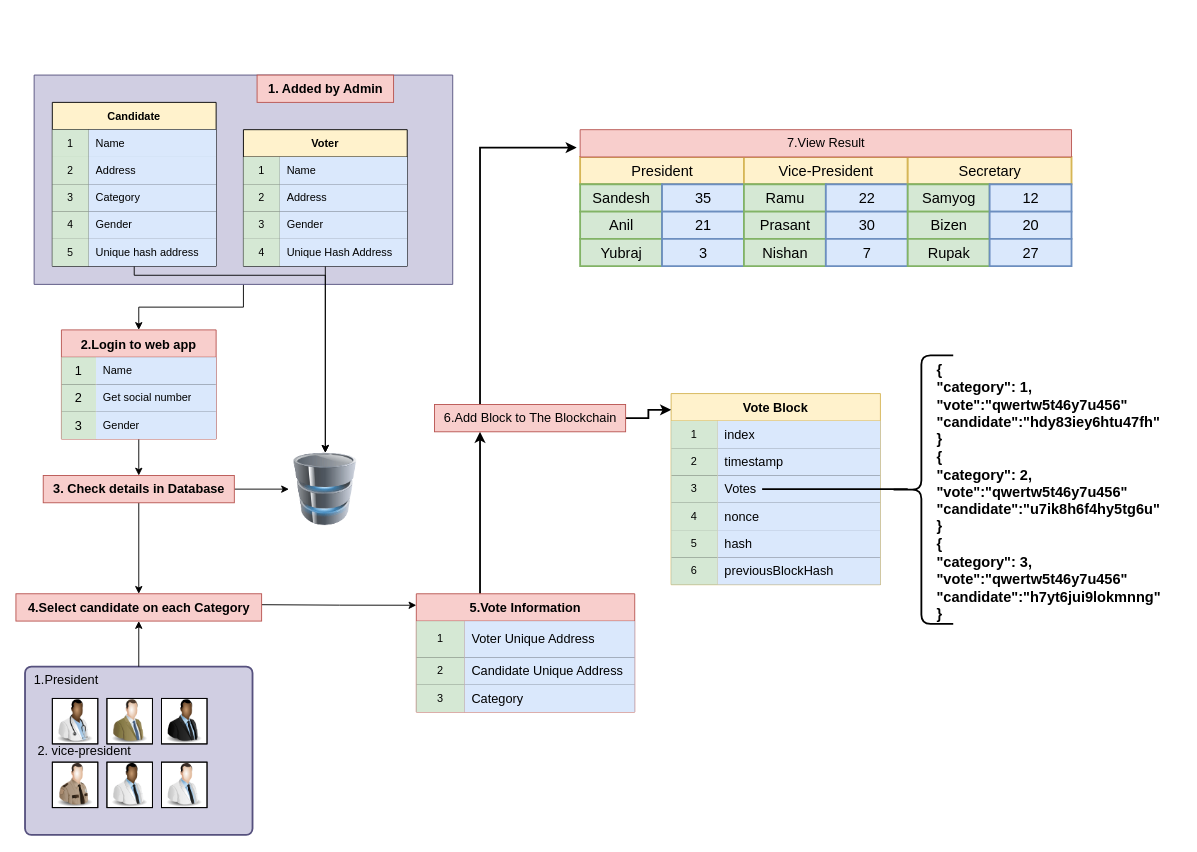
Above: page "Full process" (3 of 4) of Untitled Diagram.drawio in sande5h/blockchain (draw.io), before the change. Source tidied: cells renumbered, new cells numbered last; positions are measured from the earlier drawing's top-left corner, leaving out a move shared by most shapes. Both pictures are drawn from the tidied source at 91%, with x=0, y=0 at pixel (15, 75).
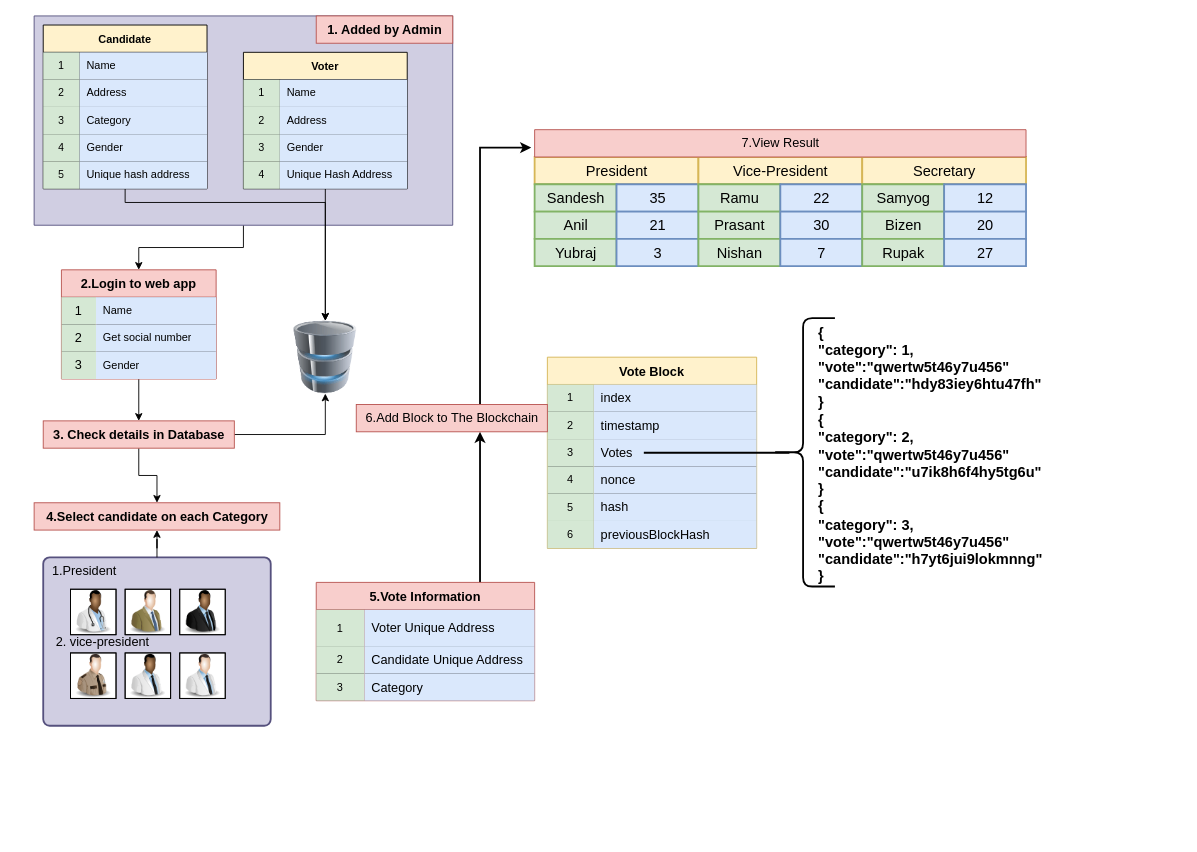
The same diagram, later.

The edit, as a diff of the source:
```diff
@@
     <mxCell id="3" style="verticalLabelPosition=bottom;verticalAlign=top;html=1;shape=mxgraph.basic.rect;fillColor2=none;strokeWidth=1;size=20;indent=5;shadow=0;strokeColor=#56517e;fontSize=14;fillColor=#d0cee2;" parent="1" vertex="1">
-      <mxGeometry x="20" width="460" height="230" as="geometry" />
+      <mxGeometry x="20" y="-65" width="460" height="230" as="geometry" />
     </mxCell>
     <mxCell id="4" style="edgeStyle=orthogonalEdgeStyle;rounded=0;jettySize=auto;html=1;entryX=0.5;entryY=0;entryDx=0;entryDy=0;fontSize=14;" parent="1" edge="1" source="5" target="50">
       <mxGeometry relative="1" as="geometry">
         <Array as="points">
-          <mxPoint x="130" y="220" />
-          <mxPoint x="340" y="220" />
+          <mxPoint x="340" y="140" />
         </Array>
       </mxGeometry>
     </mxCell>
     <mxCell id="5" value="Candidate" style="shape=table;startSize=30;childLayout=tableLayout;rowLines=0;fontStyle=1;fillColor=#fff2cc;strokeColor=#000000;swimlaneFillColor=#000000;" parent="1" vertex="1">
-      <mxGeometry x="40" y="30" width="180" height="180" as="geometry" />
+      <mxGeometry x="30" y="-55" width="180" height="180" as="geometry" />
     </mxCell>
@@
     <mxCell id="22" value="Voter" style="shape=table;startSize=30;childLayout=tableLayout;rowLines=0;fontStyle=1;shadow=0;strokeColor=#000000;fillColor=#fff2cc;swimlaneFillColor=#000000;" parent="1" vertex="1">
-      <mxGeometry x="250" y="60" width="180" height="150" as="geometry" />
+      <mxGeometry x="250" y="-25" width="180" height="150" as="geometry" />
     </mxCell>
@@
     <mxCell id="36" value="2.Login to web app" style="shape=table;startSize=30;childLayout=tableLayout;rowLines=0;fontStyle=1;shadow=0;strokeColor=#b85450;strokeWidth=1;fontSize=14;fillColor=#f8cecc;swimlaneFillColor=#030303;" parent="1" vertex="1">
-      <mxGeometry x="50" y="280" width="170" height="120" as="geometry" />
+      <mxGeometry x="50" y="214" width="170" height="120" as="geometry" />
     </mxCell>
@@
     <mxCell id="46" value="&lt;b&gt;1. Added by Admin&lt;/b&gt;" style="text;html=1;align=center;verticalAlign=middle;strokeColor=#b85450;fillColor=#f8cecc;fontSize=14;" parent="1" vertex="1">
-      <mxGeometry x="265" width="150" height="30" as="geometry" />
+      <mxGeometry x="330" y="-65" width="150" height="30" as="geometry" />
     </mxCell>
@@
     <mxCell id="49" value="&lt;b&gt;3. Check details in Database&lt;/b&gt;" style="text;html=1;align=center;verticalAlign=middle;points=[];strokeColor=#b85450;fillColor=#f8cecc;fontSize=14;" parent="1" vertex="1">
-      <mxGeometry x="30" y="440" width="210" height="30" as="geometry" />
+      <mxGeometry x="30" y="380" width="210" height="30" as="geometry" />
     </mxCell>
     <mxCell id="50" style="image;html=1;image=img/lib/clip_art/computers/Database_128x128.png;shadow=0;strokeColor=#18191b;strokeWidth=1;fontSize=14;fillColor=default;gradientColor=none;" parent="1" vertex="1">
-      <mxGeometry x="300" y="415" width="80" height="80" as="geometry" />
+      <mxGeometry x="300" y="270" width="80" height="80" as="geometry" />
     </mxCell>
-    <mxCell id="51" style="edgeStyle=orthogonalEdgeStyle;rounded=0;jettySize=auto;html=1;entryX=0;entryY=0.097;entryDx=0;entryDy=0;entryPerimeter=0;fontSize=14;" parent="1" edge="1" target="65">
-      <mxGeometry relative="1" as="geometry">
-        <mxPoint x="270" y="582" as="sourcePoint" />
-      </mxGeometry>
-    </mxCell>
     <mxCell id="52" value="&lt;b&gt;4.Select candidate on each Category&lt;br&gt;&lt;/b&gt;" style="text;html=1;align=center;verticalAlign=middle;points=[];strokeColor=#b85450;fillColor=#f8cecc;fontSize=14;" parent="1" vertex="1">
-      <mxGeometry y="570" width="270" height="30" as="geometry" />
+      <mxGeometry x="20" y="470" width="270" height="30" as="geometry" />
     </mxCell>
     <mxCell id="53" style="group;" parent="1" vertex="1">
-      <mxGeometry x="10" y="650" width="250" height="185" as="geometry" />
+      <mxGeometry x="30" y="530" width="250" height="185" as="geometry" />
     </mxCell>
@@
     <mxCell id="65" value="5.Vote Information" style="shape=table;startSize=30;childLayout=tableLayout;rowLines=0;fontStyle=1;shadow=0;strokeColor=#b85450;strokeWidth=1;fontSize=14;fillColor=#f8cecc;gradientColor=none;swimlaneFillColor=#030303;" parent="1" vertex="1">
-      <mxGeometry x="440" y="570" width="240" height="130" as="geometry" />
+      <mxGeometry x="330" y="557.5" width="240" height="130" as="geometry" />
     </mxCell>
@@
     <mxCell id="75" value="Vote Block" style="shape=table;startSize=30;childLayout=tableLayout;rowLines=0;fontStyle=1;shadow=0;strokeColor=#d6b656;strokeWidth=1;fontSize=14;fillColor=#fff2cc;swimlaneFillColor=#030303;" parent="1" vertex="1">
-      <mxGeometry x="720" y="350" width="230" height="210" as="geometry" />
+      <mxGeometry x="584" y="310" width="230" height="210" as="geometry" />
     </mxCell>
@@
-    <mxCell id="95" style="edgeStyle=orthogonalEdgeStyle;rounded=0;jettySize=auto;html=1;entryX=0;entryY=0.085;entryDx=0;entryDy=0;entryPerimeter=0;strokeWidth=2;fontSize=16;" parent="1" edge="1" source="96" target="75">
-      <mxGeometry relative="1" as="geometry" />
-    </mxCell>
     <mxCell id="96" value="6.Add Block to The Blockchain&lt;br&gt;" style="text;html=1;align=center;verticalAlign=middle;points=[];strokeColor=#b85450;fillColor=#f8cecc;fontSize=14;" parent="1" vertex="1">
-      <mxGeometry x="460" y="362" width="210" height="30" as="geometry" />
+      <mxGeometry x="374" y="362" width="210" height="30" as="geometry" />
     </mxCell>
     <mxCell id="97" style="line;strokeWidth=2;html=1;shadow=0;strokeColor=default;fontSize=16;fillColor=none;gradientColor=none;" parent="1" vertex="1">
-      <mxGeometry x="820" y="450" width="160" height="10" as="geometry" />
+      <mxGeometry x="690" y="410" width="160" height="10" as="geometry" />
     </mxCell>
     <mxCell id="98" style="group;" parent="1" vertex="1">
-      <mxGeometry x="960" y="308" width="320" height="300" as="geometry" />
+      <mxGeometry x="830" y="267" width="320" height="300" as="geometry" />
     </mxCell>
@@
     <mxCell id="101" style="group;" parent="1" vertex="1">
-      <mxGeometry x="620" y="90" width="540" height="120" as="geometry" />
+      <mxGeometry x="570" y="90" width="540" height="120" as="geometry" />
     </mxCell>
@@
     <mxCell id="123" value="&lt;p style=&quot;line-height: 430%;&quot;&gt;7.View Result&lt;br&gt;&lt;br&gt;&lt;/p&gt;" style="verticalLabelPosition=bottom;verticalAlign=middle;html=1;shape=mxgraph.basic.rect;fillColor2=none;strokeWidth=1;size=20;indent=100;shadow=0;strokeColor=#b85450;fontSize=14;fillColor=#f8cecc;gradientColor=none;gradientDirection=west;align=center;" parent="1" vertex="1">
-      <mxGeometry x="620" y="60" width="540" height="30" as="geometry" />
+      <mxGeometry x="570" y="60" width="540" height="30" as="geometry" />
     </mxCell>
```
